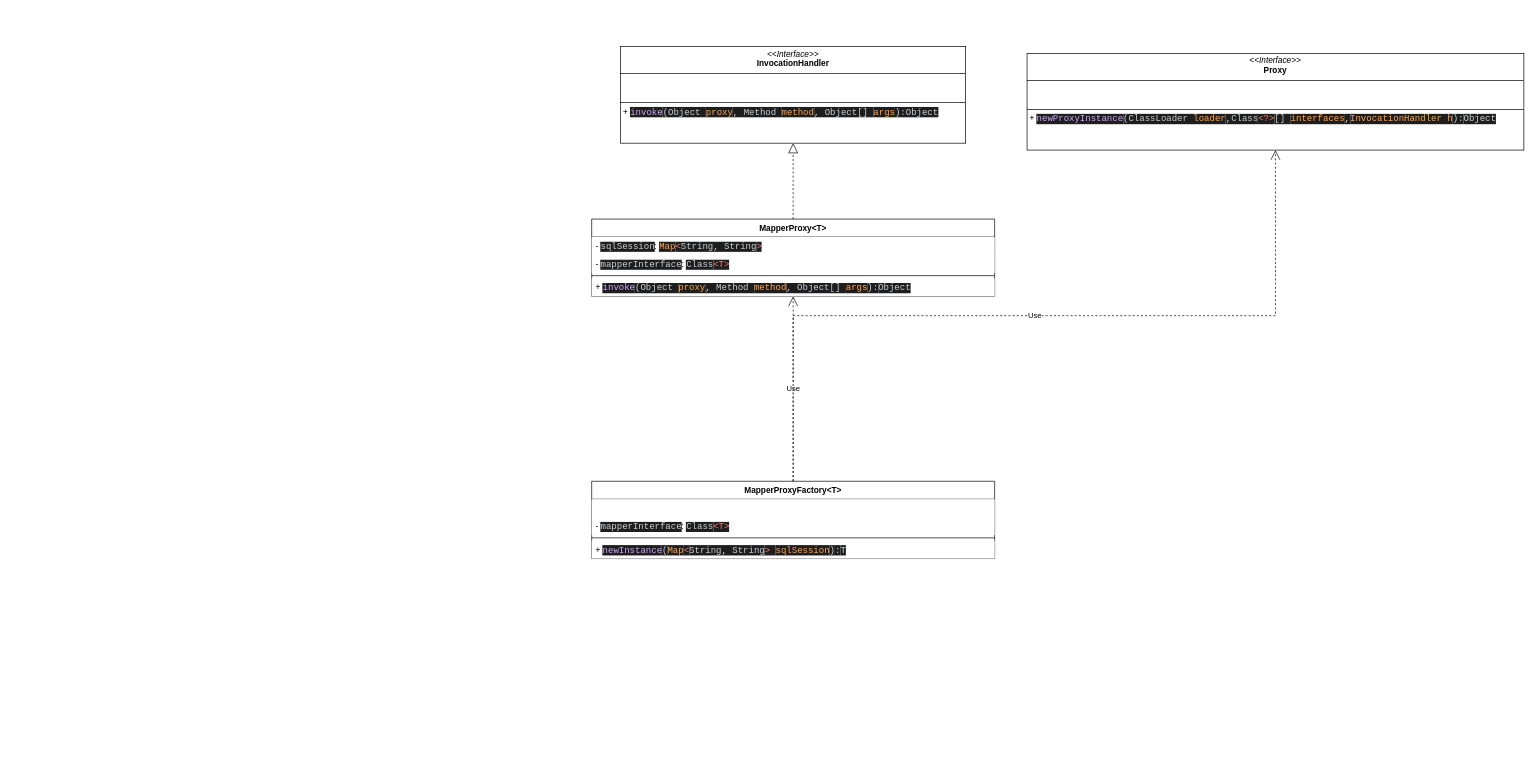
The draw.io diagram mybatis.drawio in mifengjun/mini-mybatis, before the edit. Source tidied: cells renumbered, new cells numbered last; positions are measured from the earlier drawing's top-left corner, leaving out a move shared by most shapes. Both pictures are drawn from the tidied source at 69%, with x=0, y=0 at pixel (591, 46).
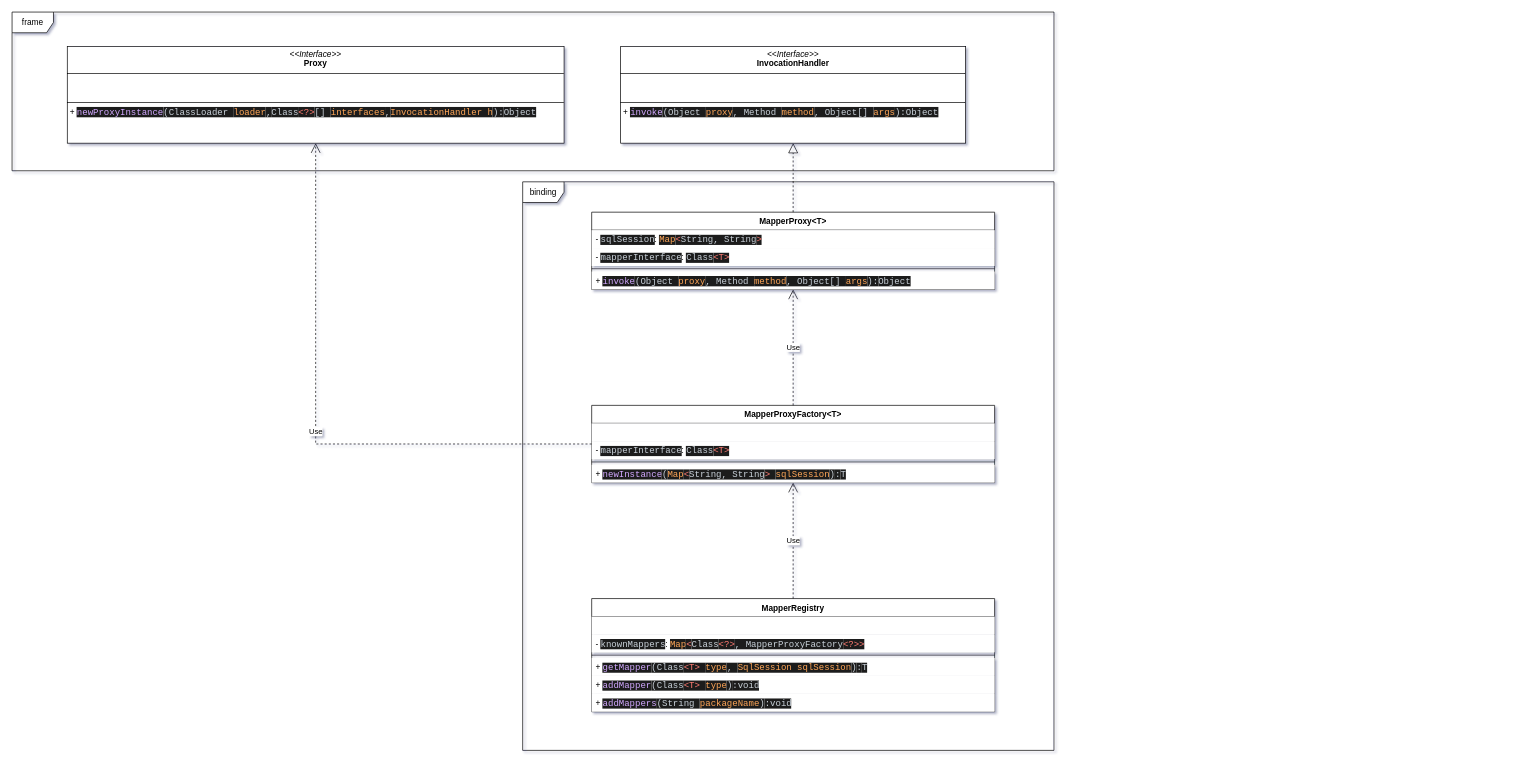
Above is the later version.

Diff of the diagram source:
```diff
@@
-<mxGraphModel>
+<mxGraphModel background="#ffffff" shadow="1">
@@
     <mxCell id="2" value="MapperProxy&amp;lt;T&amp;gt;" style="swimlane;fontStyle=1;align=center;verticalAlign=top;horizontal=1;startSize=26;whiteSpace=wrap;html=1;labelBackgroundColor=none;fillColor=default;rounded=0;" parent="1" vertex="1">
-      <mxGeometry y="250" width="584" height="112" as="geometry" />
+      <mxGeometry y="240" width="584" height="112" as="geometry" />
     </mxCell>
@@
     <mxCell id="9" value="MapperProxyFactory&amp;lt;T&amp;gt;" style="swimlane;fontStyle=1;align=center;verticalAlign=top;horizontal=1;startSize=26;whiteSpace=wrap;html=1;labelBackgroundColor=none;fillColor=default;rounded=0;" parent="1" vertex="1">
-      <mxGeometry y="630" width="584" height="112" as="geometry" />
+      <mxGeometry y="520" width="584" height="112" as="geometry" />
     </mxCell>
@@
     <mxCell id="15" value="&lt;p style=&quot;margin:0px;margin-top:4px;text-align:center;&quot;&gt;&lt;i&gt;&amp;lt;&amp;lt;Interface&amp;gt;&amp;gt;&lt;/i&gt;&lt;br&gt;&lt;b&gt;Proxy&lt;/b&gt;&lt;/p&gt;&lt;hr size=&quot;1&quot; style=&quot;border-style:solid;&quot;&gt;&lt;p style=&quot;margin:0px;margin-left:4px;&quot;&gt;&lt;br&gt;&lt;br&gt;&lt;/p&gt;&lt;hr size=&quot;1&quot; style=&quot;border-style:solid;&quot;&gt;&lt;p style=&quot;margin:0px;margin-left:4px;&quot;&gt;+&amp;nbsp;&lt;span style=&quot;font-family: &amp;quot;JetBrains Mono&amp;quot;, monospace; font-size: 9.8pt; background-color: rgb(30, 30, 30); color: rgb(210, 168, 255);&quot;&gt;newProxyInstance&lt;/span&gt;&lt;span style=&quot;font-family: &amp;quot;JetBrains Mono&amp;quot;, monospace; font-size: 9.8pt; background-color: rgb(30, 30, 30); color: rgb(201, 209, 217);&quot;&gt;(ClassLoader &lt;/span&gt;&lt;span style=&quot;font-family: &amp;quot;JetBrains Mono&amp;quot;, monospace; font-size: 9.8pt; background-color: rgb(30, 30, 30); color: rgb(255, 166, 87);&quot;&gt;loader&lt;/span&gt;&lt;span style=&quot;font-family: &amp;quot;JetBrains Mono&amp;quot;, monospace; font-size: 9.8pt; background-color: rgb(30, 30, 30); color: rgb(201, 209, 217);&quot;&gt;,&lt;/span&gt;&lt;span style=&quot;font-family: &amp;quot;JetBrains Mono&amp;quot;, monospace; font-size: 9.8pt; background-color: rgb(30, 30, 30); color: rgb(201, 209, 217);&quot;&gt;Class&lt;/span&gt;&lt;span style=&quot;font-family: &amp;quot;JetBrains Mono&amp;quot;, monospace; font-size: 9.8pt; background-color: rgb(30, 30, 30); color: rgb(255, 123, 114);&quot;&gt;&amp;lt;?&amp;gt;&lt;/span&gt;&lt;span style=&quot;font-family: &amp;quot;JetBrains Mono&amp;quot;, monospace; font-size: 9.8pt; background-color: rgb(30, 30, 30); color: rgb(201, 209, 217);&quot;&gt;[] &lt;/span&gt;&lt;span style=&quot;font-family: &amp;quot;JetBrains Mono&amp;quot;, monospace; font-size: 9.8pt; background-color: rgb(30, 30, 30); color: rgb(255, 166, 87);&quot;&gt;interfaces&lt;/span&gt;&lt;span style=&quot;font-family: &amp;quot;JetBrains Mono&amp;quot;, monospace; font-size: 9.8pt; background-color: rgb(30, 30, 30); color: rgb(201, 209, 217);&quot;&gt;,&lt;/span&gt;&lt;span style=&quot;font-family: &amp;quot;JetBrains Mono&amp;quot;, monospace; font-size: 9.8pt; background-color: rgb(30, 30, 30); color: rgb(255, 166, 87);&quot;&gt;InvocationHandler h&lt;/span&gt;&lt;span style=&quot;font-family: &amp;quot;JetBrains Mono&amp;quot;, monospace; font-size: 9.8pt; background-color: rgb(30, 30, 30); color: rgb(201, 209, 217);&quot;&gt;):&lt;/span&gt;&lt;span style=&quot;font-family: &amp;quot;JetBrains Mono&amp;quot;, monospace; font-size: 9.8pt; background-color: rgb(30, 30, 30); color: rgb(201, 209, 217);&quot;&gt;Object&lt;/span&gt;&lt;/p&gt;" style="verticalAlign=top;align=left;overflow=fill;html=1;whiteSpace=wrap;labelBackgroundColor=none;fillColor=default;rounded=0;" parent="1" vertex="1">
-      <mxGeometry x="631" y="10" width="720" height="140" as="geometry" />
+      <mxGeometry x="-760" width="720" height="140" as="geometry" />
     </mxCell>
-    <mxCell id="16" value="Use" style="endArrow=open;endSize=12;dashed=1;html=1;exitX=0.5;exitY=0;exitDx=0;exitDy=0;entryX=0.5;entryY=1;entryDx=0;entryDy=0;edgeStyle=orthogonalEdgeStyle;rounded=0;" parent="1" edge="1" source="9" target="15">
+    <mxCell id="16" value="Use" style="endArrow=open;endSize=12;dashed=1;html=1;exitX=0;exitY=0.5;exitDx=0;exitDy=0;entryX=0.5;entryY=1;entryDx=0;entryDy=0;edgeStyle=orthogonalEdgeStyle;rounded=0;" parent="1" edge="1" source="9" target="15">
       <mxGeometry relative="1" as="geometry" />
     </mxCell>
+    <mxCell id="17" value="MapperRegistry" style="swimlane;fontStyle=1;align=center;verticalAlign=top;horizontal=1;startSize=26;whiteSpace=wrap;html=1;labelBackgroundColor=none;fillColor=default;rounded=0;" parent="1" vertex="1">
+      <mxGeometry y="800" width="584" height="164" as="geometry" />
+    </mxCell>
+    <mxCell id="18" style="text;strokeColor=none;fillColor=default;align=left;verticalAlign=top;spacingLeft=4;spacingRight=4;overflow=hidden;whiteSpace=wrap;html=1;labelBackgroundColor=none;rounded=0;" parent="17" vertex="1">
+      <mxGeometry y="26" width="584" height="26" as="geometry" />
+    </mxCell>
+    <mxCell id="19" value="-&amp;nbsp;&lt;span style=&quot;font-family: &amp;quot;JetBrains Mono&amp;quot;, monospace; font-size: 9.8pt; background-color: rgb(30, 30, 30); color: rgb(201, 209, 217);&quot;&gt;knownMappers&lt;/span&gt;&lt;span style=&quot;background-color: initial;&quot;&gt;:&amp;nbsp;&lt;/span&gt;&lt;span style=&quot;font-family: &amp;quot;JetBrains Mono&amp;quot;, monospace; font-size: 9.8pt; background-color: rgb(30, 30, 30); color: rgb(255, 166, 87);&quot;&gt;Map&lt;/span&gt;&lt;span style=&quot;font-family: &amp;quot;JetBrains Mono&amp;quot;, monospace; font-size: 9.8pt; background-color: rgb(30, 30, 30); color: rgb(255, 123, 114);&quot;&gt;&amp;lt;&lt;/span&gt;&lt;span style=&quot;font-family: &amp;quot;JetBrains Mono&amp;quot;, monospace; font-size: 9.8pt; background-color: rgb(30, 30, 30); color: rgb(201, 209, 217);&quot;&gt;Class&lt;/span&gt;&lt;span style=&quot;font-family: &amp;quot;JetBrains Mono&amp;quot;, monospace; font-size: 9.8pt; background-color: rgb(30, 30, 30); color: rgb(255, 123, 114);&quot;&gt;&amp;lt;?&amp;gt;&lt;/span&gt;&lt;span style=&quot;font-family: &amp;quot;JetBrains Mono&amp;quot;, monospace; font-size: 9.8pt; background-color: rgb(30, 30, 30); color: rgb(201, 209, 217);&quot;&gt;, MapperProxyFactory&lt;/span&gt;&lt;span style=&quot;font-family: &amp;quot;JetBrains Mono&amp;quot;, monospace; font-size: 9.8pt; background-color: rgb(30, 30, 30); color: rgb(255, 123, 114);&quot;&gt;&amp;lt;?&amp;gt;&amp;gt;&lt;/span&gt;" style="text;strokeColor=none;fillColor=default;align=left;verticalAlign=top;spacingLeft=4;spacingRight=4;overflow=hidden;whiteSpace=wrap;html=1;labelBackgroundColor=none;rounded=0;" parent="17" vertex="1">
+      <mxGeometry y="52" width="584" height="26" as="geometry" />
+    </mxCell>
+    <mxCell id="20" style="line;strokeWidth=1;fillColor=default;align=left;verticalAlign=middle;spacingTop=-1;spacingLeft=3;spacingRight=3;labelPosition=right;labelBackgroundColor=none;rounded=0;" parent="17" vertex="1">
+      <mxGeometry y="78" width="584" height="8" as="geometry" />
+    </mxCell>
+    <mxCell id="21" value="+&amp;nbsp;&lt;span style=&quot;font-family: &amp;quot;JetBrains Mono&amp;quot;, monospace; font-size: 9.8pt; background-color: rgb(30, 30, 30); color: rgb(210, 168, 255);&quot;&gt;getMapper&lt;/span&gt;&lt;span style=&quot;font-family: &amp;quot;JetBrains Mono&amp;quot;, monospace; font-size: 9.8pt; background-color: rgb(30, 30, 30); color: rgb(201, 209, 217);&quot;&gt;(Class&lt;/span&gt;&lt;span style=&quot;font-family: &amp;quot;JetBrains Mono&amp;quot;, monospace; font-size: 9.8pt; background-color: rgb(30, 30, 30); color: rgb(255, 123, 114);&quot;&gt;&amp;lt;T&amp;gt; &lt;/span&gt;&lt;span style=&quot;font-family: &amp;quot;JetBrains Mono&amp;quot;, monospace; font-size: 9.8pt; background-color: rgb(30, 30, 30); color: rgb(255, 166, 87);&quot;&gt;type&lt;/span&gt;&lt;span style=&quot;font-family: &amp;quot;JetBrains Mono&amp;quot;, monospace; font-size: 9.8pt; background-color: rgb(30, 30, 30); color: rgb(201, 209, 217);&quot;&gt;, &lt;/span&gt;&lt;span style=&quot;font-family: &amp;quot;JetBrains Mono&amp;quot;, monospace; font-size: 9.8pt; background-color: rgb(30, 30, 30); color: rgb(255, 166, 87);&quot;&gt;SqlSession sqlSession&lt;/span&gt;&lt;span style=&quot;font-family: &amp;quot;JetBrains Mono&amp;quot;, monospace; font-size: 9.8pt; background-color: rgb(30, 30, 30); color: rgb(201, 209, 217);&quot;&gt;)&lt;/span&gt;&lt;span style=&quot;font-family: &amp;quot;JetBrains Mono&amp;quot;, monospace; font-size: 9.8pt; background-color: rgb(30, 30, 30); color: rgb(201, 209, 217);&quot;&gt;:&lt;/span&gt;&lt;span style=&quot;font-family: &amp;quot;JetBrains Mono&amp;quot;, monospace; font-size: 9.8pt; background-color: rgb(30, 30, 30); color: rgb(201, 209, 217);&quot;&gt;T&lt;/span&gt;" style="text;strokeColor=none;fillColor=default;align=left;verticalAlign=top;spacingLeft=4;spacingRight=4;overflow=hidden;whiteSpace=wrap;html=1;labelBackgroundColor=none;rounded=0;" parent="17" vertex="1">
+      <mxGeometry y="86" width="584" height="26" as="geometry" />
+    </mxCell>
+    <mxCell id="22" value="+&amp;nbsp;&lt;span style=&quot;font-family: &amp;quot;JetBrains Mono&amp;quot;, monospace; font-size: 9.8pt; background-color: rgb(30, 30, 30); color: rgb(210, 168, 255);&quot;&gt;addMapper&lt;/span&gt;&lt;span style=&quot;font-family: &amp;quot;JetBrains Mono&amp;quot;, monospace; font-size: 9.8pt; background-color: rgb(30, 30, 30); color: rgb(201, 209, 217);&quot;&gt;(Class&lt;/span&gt;&lt;span style=&quot;font-family: &amp;quot;JetBrains Mono&amp;quot;, monospace; font-size: 9.8pt; background-color: rgb(30, 30, 30); color: rgb(255, 123, 114);&quot;&gt;&amp;lt;T&amp;gt; &lt;/span&gt;&lt;span style=&quot;font-family: &amp;quot;JetBrains Mono&amp;quot;, monospace; font-size: 9.8pt; background-color: rgb(30, 30, 30); color: rgb(255, 166, 87);&quot;&gt;type&lt;/span&gt;&lt;span style=&quot;font-family: &amp;quot;JetBrains Mono&amp;quot;, monospace; font-size: 9.8pt; background-color: rgb(30, 30, 30); color: rgb(201, 209, 217);&quot;&gt;)&lt;/span&gt;&lt;span style=&quot;font-family: &amp;quot;JetBrains Mono&amp;quot;, monospace; font-size: 9.8pt; background-color: rgb(30, 30, 30); color: rgb(201, 209, 217);&quot;&gt;:void&lt;/span&gt;" style="text;strokeColor=none;fillColor=default;align=left;verticalAlign=top;spacingLeft=4;spacingRight=4;overflow=hidden;whiteSpace=wrap;html=1;labelBackgroundColor=none;rounded=0;" parent="17" vertex="1">
+      <mxGeometry y="112" width="584" height="26" as="geometry" />
+    </mxCell>
+    <mxCell id="23" value="+&amp;nbsp;&lt;span style=&quot;font-family: &amp;quot;JetBrains Mono&amp;quot;, monospace; font-size: 9.8pt; background-color: rgb(30, 30, 30); color: rgb(210, 168, 255);&quot;&gt;addMappers&lt;/span&gt;&lt;span style=&quot;font-family: &amp;quot;JetBrains Mono&amp;quot;, monospace; font-size: 9.8pt; background-color: rgb(30, 30, 30); color: rgb(201, 209, 217);&quot;&gt;(String &lt;/span&gt;&lt;span style=&quot;font-family: &amp;quot;JetBrains Mono&amp;quot;, monospace; font-size: 9.8pt; background-color: rgb(30, 30, 30); color: rgb(255, 166, 87);&quot;&gt;packageName&lt;/span&gt;&lt;span style=&quot;font-family: &amp;quot;JetBrains Mono&amp;quot;, monospace; font-size: 9.8pt; background-color: rgb(30, 30, 30); color: rgb(201, 209, 217);&quot;&gt;)&lt;/span&gt;&lt;span style=&quot;background-color: rgb(30, 30, 30); color: rgb(201, 209, 217); font-family: &amp;quot;JetBrains Mono&amp;quot;, monospace; font-size: 9.8pt;&quot;&gt;:void&lt;/span&gt;" style="text;strokeColor=none;fillColor=default;align=left;verticalAlign=top;spacingLeft=4;spacingRight=4;overflow=hidden;whiteSpace=wrap;html=1;labelBackgroundColor=none;rounded=0;" parent="17" vertex="1">
+      <mxGeometry y="138" width="584" height="26" as="geometry" />
+    </mxCell>
+    <mxCell id="24" value="Use" style="endArrow=open;endSize=12;dashed=1;html=1;rounded=0;exitX=0.5;exitY=0;exitDx=0;exitDy=0;entryX=0.5;entryY=1;entryDx=0;entryDy=0;" parent="1" edge="1" source="17" target="9">
+      <mxGeometry relative="1" as="geometry" />
+    </mxCell>
+    <mxCell id="25" value="binding" style="shape=umlFrame;whiteSpace=wrap;html=1;" parent="1" vertex="1">
+      <mxGeometry x="-100" y="196" width="770" height="824" as="geometry" />
+    </mxCell>
+    <mxCell id="26" value="frame" style="shape=umlFrame;whiteSpace=wrap;html=1;" parent="1" vertex="1">
+      <mxGeometry x="-840" y="-50" width="1510" height="230" as="geometry" />
+    </mxCell>
```
